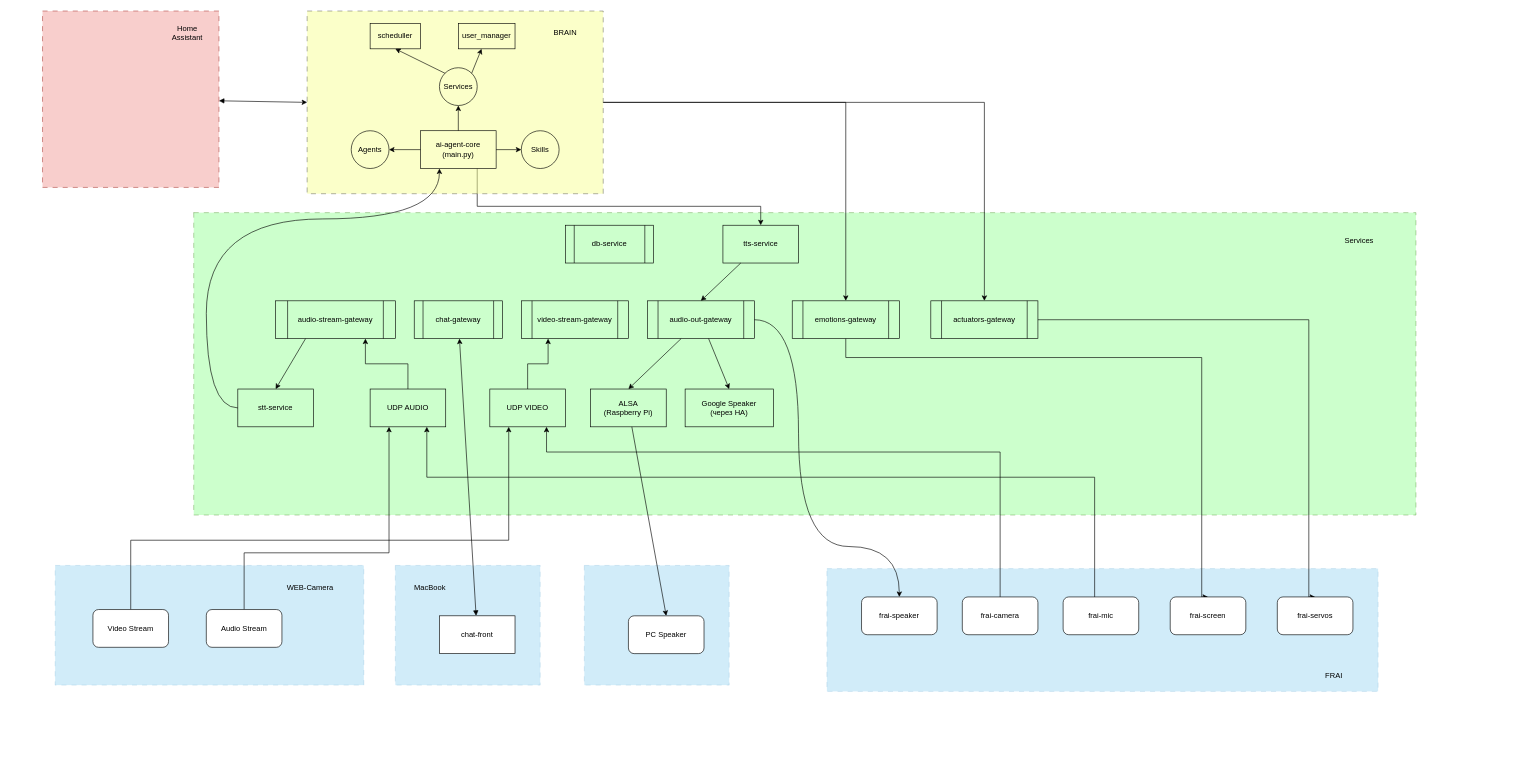
Earlier version of the draw.io diagram page "Page-1" (1 of 2) of docs/Diagram.drawio (antivariant/aihome). Source tidied: cells renumbered, new cells numbered last; positions are measured from the earlier drawing's top-left corner, leaving out a move shared by most shapes. Both pictures are drawn from the tidied source at 63%, with x=0, y=0 at pixel (42, 11).
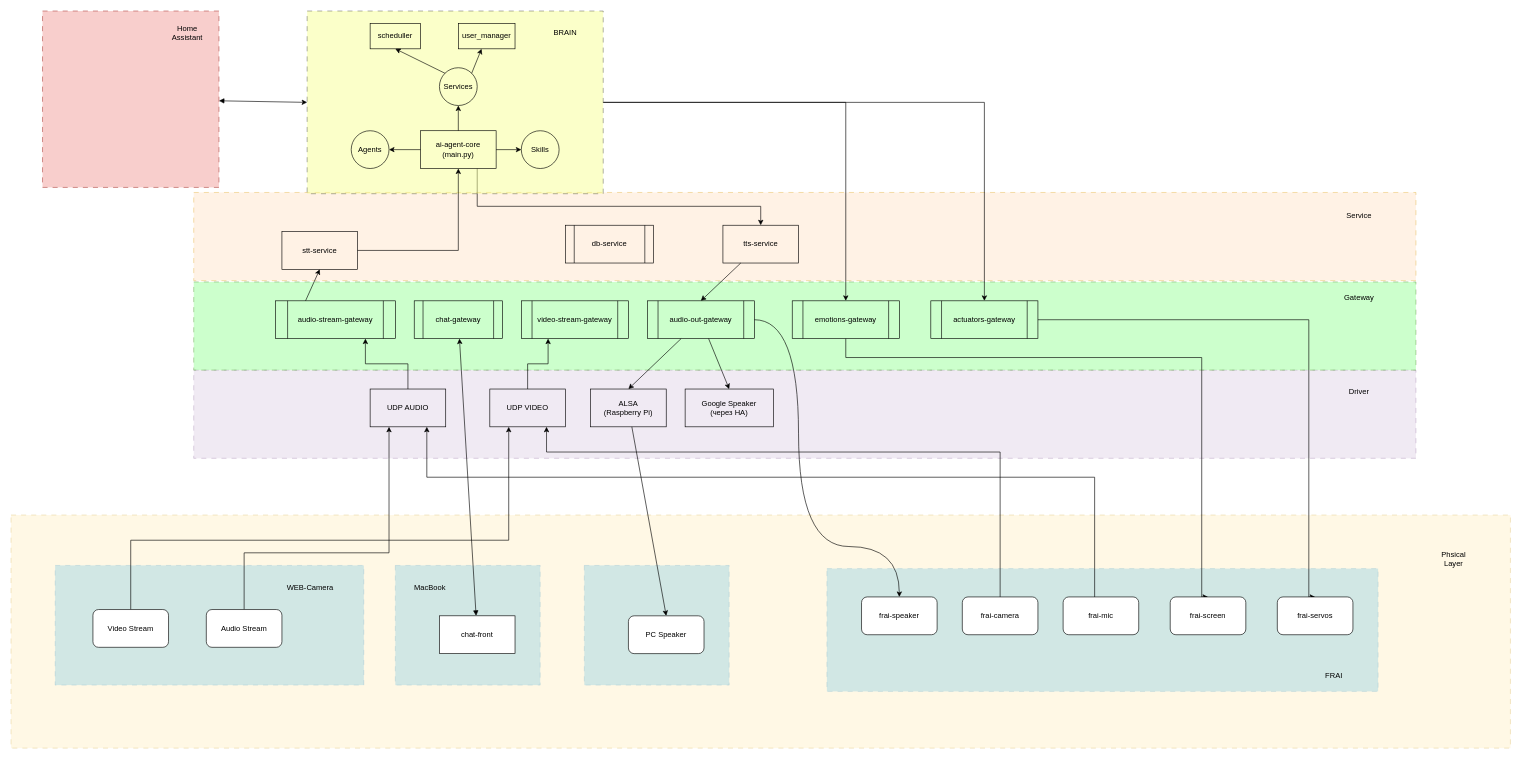
The same page after the edit.

Unchanged cells that the change refers to:
```xml
<mxCell id="14" value="ai-agent-core&lt;div&gt;(main.py)&lt;/div&gt;" style="rounded=0;whiteSpace=wrap;html=1;fillColor=none;" parent="1" vertex="1">
  <mxGeometry x="600" y="190" width="120" height="60" as="geometry" />
</mxCell>
<mxCell id="21" value="audio-stream-gateway" style="shape=process;whiteSpace=wrap;html=1;backgroundOutline=1;fillColor=none;" parent="1" vertex="1">
  <mxGeometry x="370" y="460" width="190" height="60" as="geometry" />
</mxCell>
```

The edit, as a diff of the source:
```diff
@@
-    <mxCell id="2" style="rounded=0;whiteSpace=wrap;html=1;fillColor=#99FF99;dashed=1;dashPattern=8 8;fontColor=#ffffff;strokeColor=#2D7600;opacity=50;" parent="1" vertex="1">
-      <mxGeometry x="240" y="320" width="1940" height="480" as="geometry" />
-    </mxCell>
+    <mxCell id="68" style="rounded=0;whiteSpace=wrap;html=1;fillColor=#fff2cc;dashed=1;dashPattern=8 8;strokeColor=#d6b656;opacity=50;" parent="1" vertex="1">
+      <mxGeometry x="-50" y="800" width="2380" height="370" as="geometry" />
+    </mxCell>
@@
+    <mxCell id="69" style="rounded=0;whiteSpace=wrap;html=1;fillColor=#e1d5e7;dashed=1;dashPattern=8 8;strokeColor=#9673a6;opacity=50;" parent="1" vertex="1">
+      <mxGeometry x="240" y="570" width="1940" height="140" as="geometry" />
+    </mxCell>
+    <mxCell id="70" style="rounded=0;whiteSpace=wrap;html=1;fillColor=#ffe6cc;dashed=1;dashPattern=8 8;strokeColor=#d79b00;opacity=50;" parent="1" vertex="1">
+      <mxGeometry x="240" y="288" width="1940" height="140" as="geometry" />
+    </mxCell>
+    <mxCell id="2" style="rounded=0;whiteSpace=wrap;html=1;fillColor=#99FF99;dashed=1;dashPattern=8 8;fontColor=#ffffff;strokeColor=#2D7600;opacity=50;" parent="1" vertex="1">
+      <mxGeometry x="240" y="430" width="1940" height="140" as="geometry" />
+    </mxCell>
@@
-    <mxCell id="20" style="rounded=0;jettySize=auto;html=1;entryX=0.5;entryY=0;entryDx=0;entryDy=0;exitX=0.25;exitY=1;exitDx=0;exitDy=0;" parent="1" edge="1" source="21" target="31">
+    <mxCell id="20" style="rounded=0;jettySize=auto;html=1;entryX=0.5;entryY=1;entryDx=0;entryDy=0;exitX=0.25;exitY=0;exitDx=0;exitDy=0;" parent="1" edge="1" source="21" target="31">
       <mxGeometry relative="1" as="geometry" />
     </mxCell>
@@
-    <mxCell id="30" style="edgeStyle=orthogonalEdgeStyle;rounded=0;jettySize=auto;html=1;entryX=0.25;entryY=1;entryDx=0;entryDy=0;curved=1;" parent="1" edge="1" source="31" target="14">
-      <mxGeometry relative="1" as="geometry">
-        <Array as="points">
-          <mxPoint x="260" y="630" />
-          <mxPoint x="260" y="330" />
-          <mxPoint x="630" y="330" />
-        </Array>
-      </mxGeometry>
+    <mxCell id="30" style="edgeStyle=orthogonalEdgeStyle;rounded=0;jettySize=auto;html=1;" parent="1" edge="1" source="31" target="14">
+      <mxGeometry relative="1" as="geometry" />
     </mxCell>
     <mxCell id="31" value="stt-service" style="rounded=0;whiteSpace=wrap;html=1;fillColor=none;" parent="1" vertex="1">
-      <mxGeometry x="310" y="600" width="120" height="60" as="geometry" />
+      <mxGeometry x="380" y="350" width="120" height="60" as="geometry" />
     </mxCell>
@@
-    <mxCell id="55" value="Services" style="text;html=1;align=center;verticalAlign=middle;whiteSpace=wrap;rounded=0;" parent="1" vertex="1">
-      <mxGeometry x="2060" y="350" width="60" height="30" as="geometry" />
+    <mxCell id="55" value="Gateway" style="text;html=1;align=center;verticalAlign=middle;whiteSpace=wrap;rounded=0;" parent="1" vertex="1">
+      <mxGeometry x="2060" y="440" width="60" height="30" as="geometry" />
     </mxCell>
@@
+    <mxCell id="71" value="Service" style="text;html=1;align=center;verticalAlign=middle;whiteSpace=wrap;rounded=0;" parent="1" vertex="1">
+      <mxGeometry x="2060" y="310" width="60" height="30" as="geometry" />
+    </mxCell>
+    <mxCell id="72" value="Driver" style="text;html=1;align=center;verticalAlign=middle;whiteSpace=wrap;rounded=0;" parent="1" vertex="1">
+      <mxGeometry x="2060" y="590" width="60" height="30" as="geometry" />
+    </mxCell>
+    <mxCell id="73" value="Phsical Layer" style="text;html=1;align=center;verticalAlign=middle;whiteSpace=wrap;rounded=0;" parent="1" vertex="1">
+      <mxGeometry x="2210" y="855" width="60" height="30" as="geometry" />
+    </mxCell>
```
